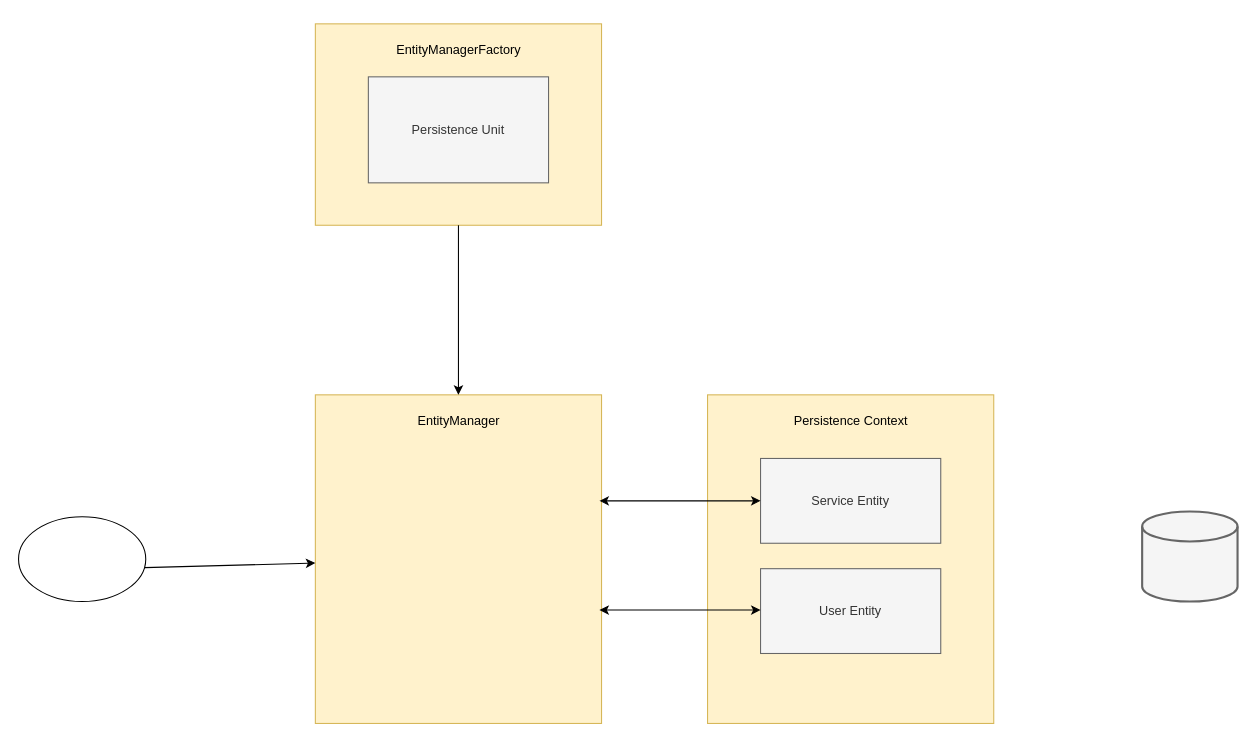
This is page "페이지-5" (5 of 5) of architecture/spring-memory.drawio from TreeStone94/drawio, a draw.io file, before an edit. Source tidied: cells renumbered, new cells numbered last; positions are measured from the earlier drawing's top-left corner, leaving out a move shared by most shapes. Both pictures are drawn from the tidied source at 106%, with x=0, y=0 at pixel (18, 23).
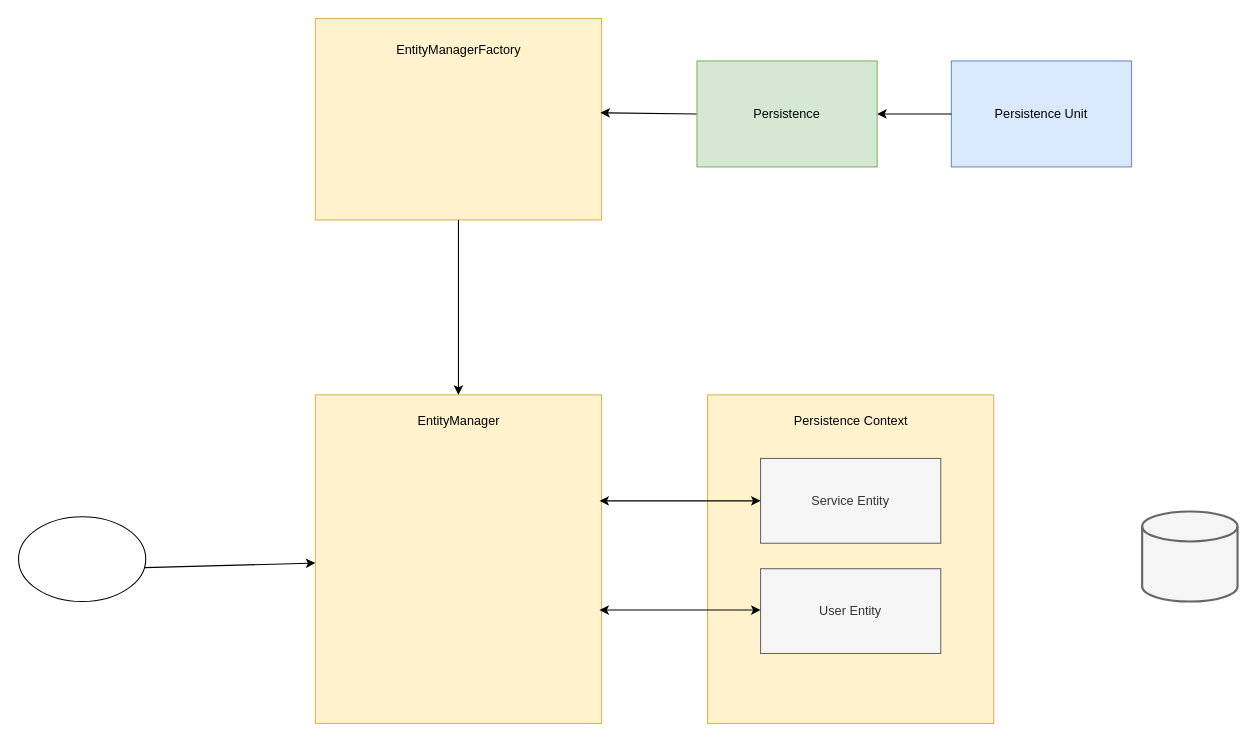
The same page after the edit.

The edit, as a diff of the source:
```diff
@@
     <mxCell id="10" style="rounded=0;whiteSpace=wrap;html=1;fillColor=#fff2cc;strokeColor=#d6b656;" parent="1" vertex="1">
-      <mxGeometry x="280" width="270" height="190" as="geometry" />
+      <mxGeometry x="280" y="-5" width="270" height="190" as="geometry" />
     </mxCell>
@@
-    <mxCell id="13" value="Persistence Unit" style="rounded=0;whiteSpace=wrap;html=1;fillColor=#f5f5f5;strokeColor=#666666;fontColor=#333333;" parent="1" vertex="1">
-      <mxGeometry x="330" y="50" width="170" height="100" as="geometry" />
+    <mxCell id="13" value="Persistence Unit" style="rounded=0;whiteSpace=wrap;html=1;fillColor=#dae8fc;strokeColor=#6c8ebf;" parent="1" vertex="1">
+      <mxGeometry x="880" y="35" width="170" height="100" as="geometry" />
     </mxCell>
@@
+    <mxCell id="17" style="endArrow=classic;html=1;rounded=0;exitX=0;exitY=0.5;exitDx=0;exitDy=0;entryX=0.996;entryY=0.468;entryDx=0;entryDy=0;entryPerimeter=0;" parent="1" edge="1" source="19" target="10">
+      <mxGeometry relative="1" as="geometry" />
+    </mxCell>
+    <mxCell id="18" style="endArrow=classic;html=1;rounded=0;exitX=0;exitY=0.5;exitDx=0;exitDy=0;entryX=1;entryY=0.5;entryDx=0;entryDy=0;" parent="1" edge="1" source="13" target="19">
+      <mxGeometry relative="1" as="geometry" />
+    </mxCell>
+    <mxCell id="19" value="Persistence" style="rounded=0;whiteSpace=wrap;html=1;fillColor=#d5e8d4;strokeColor=#82b366;" parent="1" vertex="1">
+      <mxGeometry x="640" y="35" width="170" height="100" as="geometry" />
+    </mxCell>
```
